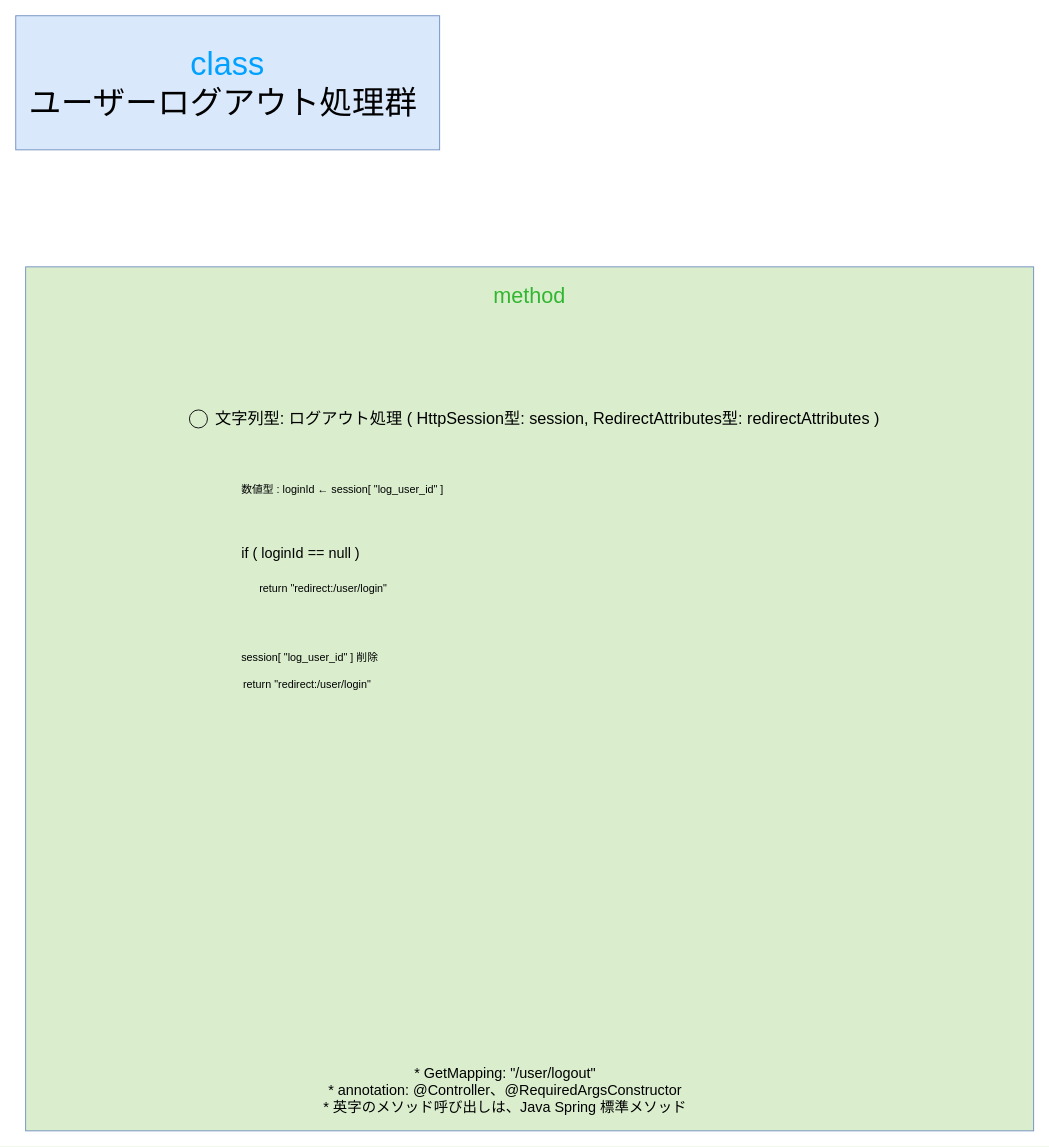
The draw.io diagram gijigengo/controller/user/meeting_reservation_sys controller_user LogoutControllerクラス 疑似言語.drawio in tro319/meeting_reservation_system, before the edit. Source tidied: cells renumbered, new cells numbered last; positions are measured from the earlier drawing's top-left corner, leaving out a move shared by most shapes. Both pictures are drawn from the tidied source at 90%, with x=0, y=0 at pixel (15, 15).
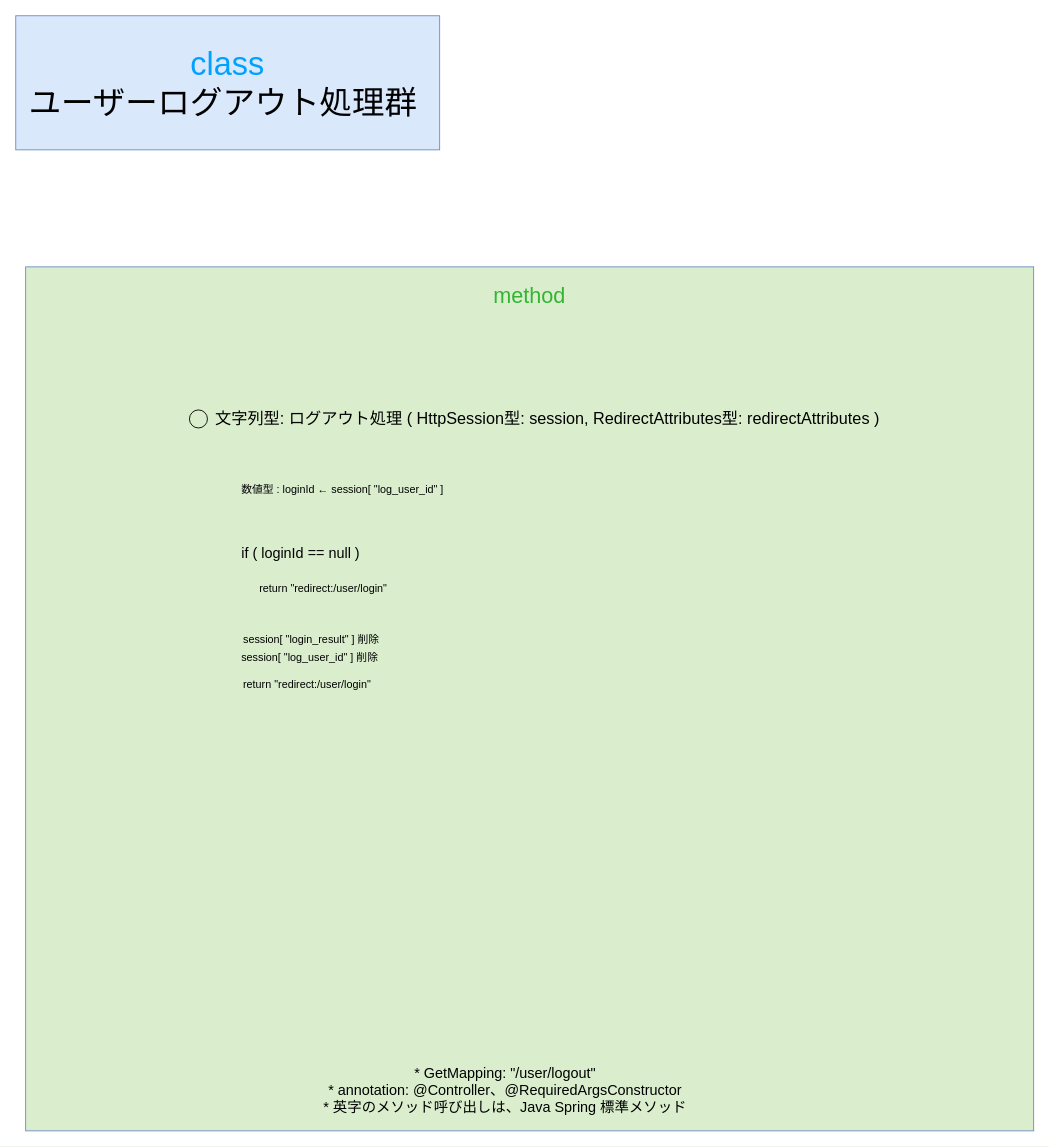
The same page after the edit.

What changed in the source:
```diff
@@
 <mxGraphModel>
   <root>
     <mxCell id="0" />
     <mxCell id="1" parent="0" />
     <mxCell id="2" value="&lt;div&gt;&lt;span style=&quot;color: rgb(0, 161, 255);&quot;&gt;class&lt;/span&gt;&lt;/div&gt;&lt;div&gt;ユーザーログアウト処理群&amp;nbsp;&lt;/div&gt;" style="text;html=1;whiteSpace=wrap;strokeColor=#6c8ebf;fillColor=#dae8fc;align=center;verticalAlign=middle;rounded=0;fontSize=36;" parent="1" vertex="1">
       <mxGeometry width="471" height="149" as="geometry" />
     </mxCell>
     <mxCell id="3" value="&lt;div&gt;&lt;font style=&quot;font-size: 24px;&quot;&gt;&lt;span style=&quot;color: rgb(50, 182, 49);&quot;&gt;&lt;span style=&quot;&quot;&gt;&lt;span style=&quot;&quot;&gt;&lt;span&gt;method&lt;/span&gt;&lt;/span&gt;&lt;/span&gt;&lt;/span&gt;&lt;/font&gt;&lt;/div&gt;&lt;div&gt;&lt;font style=&quot;font-size: 24px;&quot;&gt;&lt;span style=&quot;color: rgba(0, 0, 0, 0);&quot;&gt;&lt;span style=&quot;color: rgba(0, 0, 0, 0);&quot;&gt;&lt;span style=&quot;&quot;&gt;&lt;span style=&quot;&quot;&gt;&lt;br&gt;&lt;/span&gt;&lt;/span&gt;&lt;/span&gt;&lt;/span&gt;&lt;/font&gt;&lt;/div&gt;" style="text;html=1;whiteSpace=wrap;strokeColor=#6c8ebf;fillColor=light-dark(#daeece, #214210);align=center;verticalAlign=top;rounded=0;fontSize=36;fontColor=#00A1FF;" parent="1" vertex="1">
       <mxGeometry x="11" y="279" width="1120" height="960" as="geometry" />
     </mxCell>
     <mxCell id="4" value="&lt;div&gt;&lt;span style=&quot;color: rgb(0, 0, 0);&quot;&gt;&lt;font&gt;数値型 : loginId ←&amp;nbsp;&lt;/font&gt;&lt;/span&gt;&lt;span style=&quot;color: rgb(0, 0, 0);&quot;&gt;&lt;font&gt;session[ &quot;log_user_id&quot; ]&lt;/font&gt;&lt;/span&gt;&lt;/div&gt;" style="text;html=1;whiteSpace=wrap;strokeColor=none;fillColor=none;align=left;verticalAlign=middle;rounded=0;fontSize=12;" parent="1" vertex="1">
       <mxGeometry x="249" y="512" width="590" height="30" as="geometry" />
     </mxCell>
     <mxCell id="5" value="&lt;div&gt;&lt;span&gt;&lt;span&gt;&lt;span style=&quot;color: rgb(0, 0, 0);&quot;&gt;&lt;font style=&quot;font-size: 16px;&quot;&gt;* GetMapping: &quot;/user/logout&quot;&lt;/font&gt;&lt;/span&gt;&lt;/span&gt;&lt;/span&gt;&lt;/div&gt;&lt;div&gt;&lt;span&gt;&lt;span&gt;&lt;span style=&quot;color: rgb(0, 0, 0);&quot;&gt;&lt;font style=&quot;font-size: 16px;&quot;&gt;* annotation: @Controller、@RequiredArgsConstructor&lt;/font&gt;&lt;/span&gt;&lt;/span&gt;&lt;/span&gt;&lt;/div&gt;&lt;div&gt;&lt;span&gt;&lt;span&gt;&lt;span style=&quot;color: rgb(0, 0, 0);&quot;&gt;&lt;font style=&quot;font-size: 16px;&quot;&gt;* 英字のメソッド呼び出しは、Java Spring 標準メソッド&lt;/font&gt;&lt;/span&gt;&lt;/span&gt;&lt;/span&gt;&lt;/div&gt;" style="text;html=1;whiteSpace=wrap;strokeColor=none;fillColor=none;align=center;verticalAlign=middle;rounded=0;" parent="1" vertex="1">
       <mxGeometry x="249" y="1179" width="590" height="30" as="geometry" />
     </mxCell>
     <mxCell id="6" value="&lt;div align=&quot;left&quot;&gt;&lt;span style=&quot;color: rgb(0, 0, 0);&quot;&gt;&lt;font style=&quot;font-size: 16px;&quot;&gt;if ( loginId == null )&amp;nbsp;&lt;/font&gt;&lt;/span&gt;&lt;/div&gt;" style="text;html=1;whiteSpace=wrap;strokeColor=none;fillColor=none;align=left;verticalAlign=middle;rounded=0;" parent="1" vertex="1">
       <mxGeometry x="249" y="582" width="590" height="30" as="geometry" />
     </mxCell>
     <mxCell id="7" value="return &quot;redirect:/user/login&quot;" style="text;html=1;whiteSpace=wrap;strokeColor=none;fillColor=none;align=left;verticalAlign=middle;rounded=0;" parent="1" vertex="1">
       <mxGeometry x="269" y="622" width="590" height="30" as="geometry" />
     </mxCell>
     <mxCell id="8" value="&amp;nbsp; &amp;nbsp; &amp;nbsp; &amp;nbsp; &amp;nbsp; &amp;nbsp; &amp;nbsp;" style="ellipse;whiteSpace=wrap;html=1;fillColor=none;" parent="1" vertex="1">
       <mxGeometry x="193" y="438" width="20" height="20" as="geometry" />
     </mxCell>
     <mxCell id="9" value="&lt;font style=&quot;font-size: 18px;&quot;&gt;&lt;span&gt;&lt;span&gt;&lt;span style=&quot;color: rgb(0, 0, 0);&quot;&gt;&lt;font&gt;文字列型: ログアウト処理 ( HttpSession型: session, RedirectAttributes型: redirectAttributes )&lt;/font&gt;&lt;/span&gt;&lt;/span&gt;&lt;/span&gt;&lt;/font&gt;" style="whiteSpace=wrap;html=1;fillColor=none;labelBorderColor=none;strokeColor=none;" parent="1" vertex="1">
       <mxGeometry x="115.9" y="433" width="950.3" height="30" as="geometry" />
     </mxCell>
     <mxCell id="10" value="return &quot;redirect:/user/login&quot;" style="text;html=1;whiteSpace=wrap;strokeColor=none;fillColor=none;align=left;verticalAlign=middle;rounded=0;" parent="1" vertex="1">
       <mxGeometry x="251" y="729" width="590" height="30" as="geometry" />
     </mxCell>
     <mxCell id="11" value="session[ &quot;log_user_id&quot; ] 削除" style="text;html=1;whiteSpace=wrap;strokeColor=none;fillColor=none;align=left;verticalAlign=middle;rounded=0;" parent="1" vertex="1">
       <mxGeometry x="249" y="699" width="624" height="30" as="geometry" />
     </mxCell>
+    <mxCell id="12" value="session[ &quot;login_result&quot; ] 削除" style="text;html=1;whiteSpace=wrap;strokeColor=none;fillColor=none;align=left;verticalAlign=middle;rounded=0;" parent="1" vertex="1">
+      <mxGeometry x="251" y="679" width="624" height="30" as="geometry" />
+    </mxCell>
   </root>
 </mxGraphModel>
```
